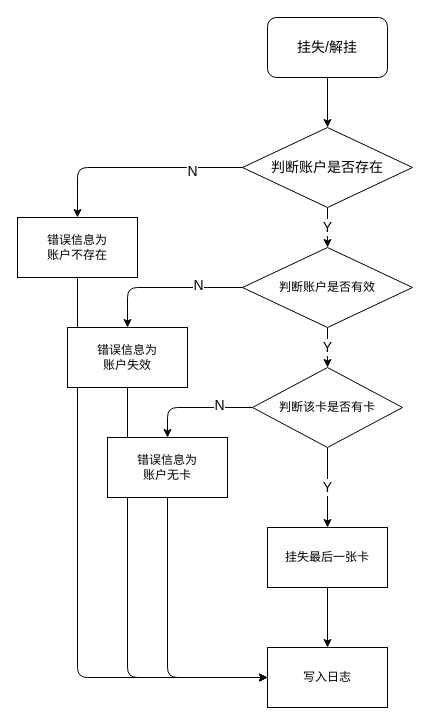
Earlier version of the draw.io diagram Maps/3.drawio (Icathian-Rain/process_maps). Source tidied: cells renumbered, new cells numbered last; positions are measured from the earlier drawing's top-left corner, leaving out a move shared by most shapes. Both pictures are drawn from the tidied source at 100%, with x=0, y=0 at pixel (17, 17).
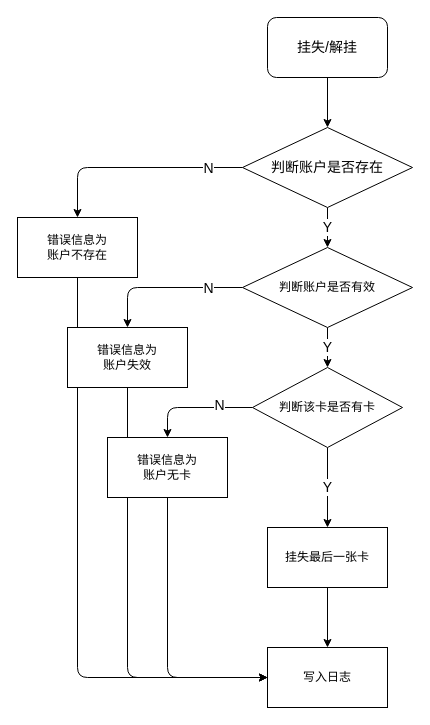
The same page after the edit.

Unchanged cells that the change refers to:
```xml
<mxCell id="4" style="edgeStyle=orthogonalEdgeStyle;html=1;exitX=0;exitY=0.5;exitDx=0;exitDy=0;" parent="1" edge="1" source="7" target="20">
  <mxGeometry relative="1" as="geometry" />
</mxCell>
<mxCell id="9" style="edgeStyle=orthogonalEdgeStyle;html=1;exitX=0;exitY=0.5;exitDx=0;exitDy=0;entryX=0.5;entryY=0;entryDx=0;entryDy=0;" parent="1" edge="1" source="11" target="22">
  <mxGeometry relative="1" as="geometry" />
</mxCell>
```

Diff of the diagram source:
```diff
@@
-<mxGraphModel>
+<mxGraphModel background="#ffffff">
@@
     <mxCell id="5" value="N" style="edgeLabel;html=1;align=center;verticalAlign=middle;fontSize=14;" parent="4" vertex="1">
-      <mxGeometry x="-0.53" y="3" relative="1" as="geometry" />
+      <mxGeometry x="-0.53" y="3" relative="1" as="geometry">
+        <mxPoint x="16" y="-3" as="offset" />
+      </mxGeometry>
     </mxCell>
@@
     <mxCell id="10" value="N" style="edgeLabel;html=1;align=center;verticalAlign=middle;fontSize=14;" parent="9" vertex="1">
-      <mxGeometry x="-0.42" y="-3" relative="1" as="geometry" />
+      <mxGeometry x="-0.42" y="-3" relative="1" as="geometry">
+        <mxPoint x="10" y="3" as="offset" />
+      </mxGeometry>
     </mxCell>
```
